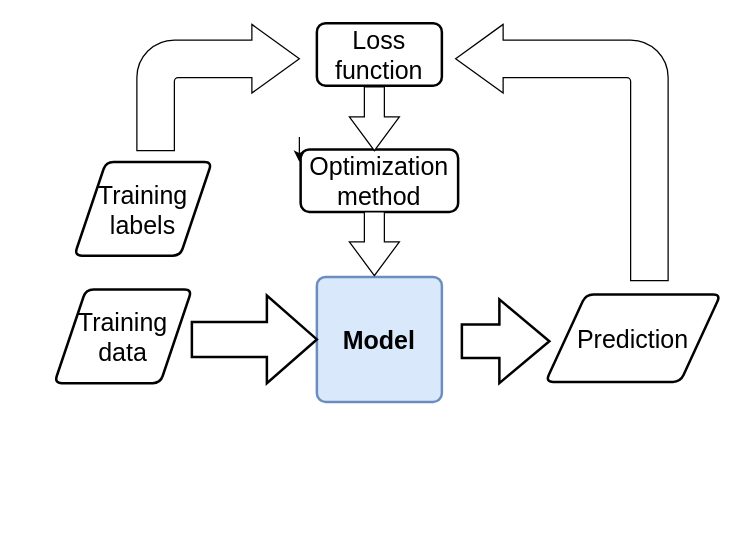
The draw.io diagram MachineLearning1.drawio in Orozco-Duque/ML, before the edit. Source tidied: cells renumbered, new cells numbered last; positions are measured from the earlier drawing's top-left corner, leaving out a move shared by most shapes. Both pictures are drawn from the tidied source at 125%, with x=0, y=0 at pixel (54, 22).
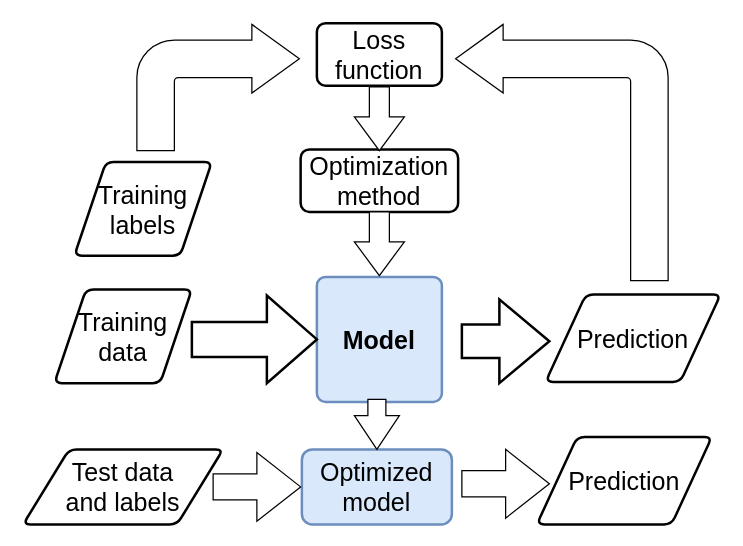
The same page after the edit.

The edit, as a diff of the source:
```diff
@@
 <mxGraphModel>
   <root>
     <mxCell id="0" />
     <mxCell id="1" parent="0" />
     <mxCell id="2" value="&lt;font style=&quot;font-size: 20px;&quot;&gt;&lt;b style=&quot;&quot;&gt;Model&lt;/b&gt;&lt;/font&gt;" style="rounded=1;whiteSpace=wrap;html=1;absoluteArcSize=1;arcSize=14;strokeWidth=2;fillColor=#dae8fc;strokeColor=#6c8ebf;" parent="1" vertex="1">
       <mxGeometry x="210" y="203" width="100" height="100" as="geometry" />
     </mxCell>
     <mxCell id="3" style="verticalLabelPosition=bottom;verticalAlign=top;html=1;strokeWidth=2;shape=mxgraph.arrows2.arrow;dy=0.6;dx=40;notch=0;fontSize=20;fontColor=#000000;" parent="1" vertex="1">
       <mxGeometry x="110" y="218" width="100" height="70" as="geometry" />
     </mxCell>
     <mxCell id="4" value="Training data" style="shape=parallelogram;html=1;strokeWidth=2;perimeter=parallelogramPerimeter;whiteSpace=wrap;rounded=1;arcSize=12;size=0.23;fontSize=20;fontColor=#000000;" parent="1" vertex="1">
       <mxGeometry y="213" width="110" height="75" as="geometry" />
     </mxCell>
     <mxCell id="5" style="verticalLabelPosition=bottom;verticalAlign=top;html=1;strokeWidth=2;shape=mxgraph.arrows2.arrow;dy=0.6;dx=40;notch=0;fontSize=20;fontColor=#000000;" parent="1" vertex="1">
       <mxGeometry x="326" y="221" width="70" height="67" as="geometry" />
     </mxCell>
     <mxCell id="6" value="Prediction" style="shape=parallelogram;html=1;strokeWidth=2;perimeter=parallelogramPerimeter;whiteSpace=wrap;rounded=1;arcSize=12;size=0.23;fontSize=20;fontColor=#000000;" parent="1" vertex="1">
       <mxGeometry x="393" y="217" width="140" height="70" as="geometry" />
     </mxCell>
     <mxCell id="7" value="Loss function" style="rounded=1;whiteSpace=wrap;html=1;absoluteArcSize=1;arcSize=14;strokeWidth=2;fontSize=20;fontColor=#000000;" parent="1" vertex="1">
       <mxGeometry x="210" width="100" height="50" as="geometry" />
     </mxCell>
     <mxCell id="8" value="Optimization method" style="rounded=1;whiteSpace=wrap;html=1;absoluteArcSize=1;arcSize=14;strokeWidth=2;fontSize=20;fontColor=#000000;" parent="1" vertex="1">
       <mxGeometry x="197" y="101" width="126" height="50" as="geometry" />
     </mxCell>
     <mxCell id="9" style="html=1;shadow=0;dashed=0;align=center;verticalAlign=middle;shape=mxgraph.arrows2.arrow;dy=0.6;dx=27;direction=south;notch=0;fontSize=20;fontColor=#000000;" parent="1" vertex="1">
-      <mxGeometry x="236" y="151" width="40" height="51" as="geometry" />
+      <mxGeometry x="240" y="151" width="40" height="51" as="geometry" />
     </mxCell>
     <mxCell id="10" style="html=1;shadow=0;dashed=0;align=center;verticalAlign=middle;shape=mxgraph.arrows2.arrow;dy=0.6;dx=27;direction=south;notch=0;fontSize=20;fontColor=#000000;" parent="1" vertex="1">
-      <mxGeometry x="236" y="51" width="40" height="51" as="geometry" />
+      <mxGeometry x="240" y="51" width="40" height="51" as="geometry" />
     </mxCell>
     <mxCell id="11" style="html=1;shadow=0;dashed=0;align=center;verticalAlign=middle;shape=mxgraph.arrows2.bendArrow;dy=15;dx=38;notch=0;arrowHead=55;rounded=1;fontSize=20;fontColor=#000000;rotation=90;direction=south;flipH=1;" parent="1" vertex="1">
       <mxGeometry x="303.5" y="18.5" width="205" height="170" as="geometry" />
     </mxCell>
-    <mxCell id="12" style="edgeStyle=orthogonalEdgeStyle;rounded=0;orthogonalLoop=1;jettySize=auto;html=1;fontSize=20;fontColor=#000000;" parent="1" edge="1">
-      <mxGeometry relative="1" as="geometry">
-        <mxPoint x="196" y="91" as="sourcePoint" />
-        <mxPoint x="196" y="111" as="targetPoint" />
-      </mxGeometry>
-    </mxCell>
     <mxCell id="13" value="Training labels" style="shape=parallelogram;html=1;strokeWidth=2;perimeter=parallelogramPerimeter;whiteSpace=wrap;rounded=1;arcSize=12;size=0.23;fontSize=20;fontColor=#000000;" parent="1" vertex="1">
       <mxGeometry x="16" y="111" width="110" height="75" as="geometry" />
     </mxCell>
     <mxCell id="14" style="html=1;shadow=0;dashed=0;align=center;verticalAlign=middle;shape=mxgraph.arrows2.bendArrow;dy=15;dx=38;notch=0;arrowHead=55;rounded=1;fontSize=20;fontColor=#000000;" parent="1" vertex="1">
       <mxGeometry x="66" y="1" width="130" height="101" as="geometry" />
     </mxCell>
+    <mxCell id="15" value="Test data &lt;br&gt;and labels" style="shape=parallelogram;html=1;strokeWidth=2;perimeter=parallelogramPerimeter;whiteSpace=wrap;rounded=1;arcSize=12;size=0.23;fontSize=20;fontColor=#000000;" parent="1" vertex="1">
+      <mxGeometry x="-25" y="341" width="160" height="60" as="geometry" />
+    </mxCell>
+    <mxCell id="16" value="&lt;span style=&quot;font-size: 20px;&quot;&gt;Optimized model&lt;/span&gt;" style="whiteSpace=wrap;html=1;fillColor=#dae8fc;strokeColor=#6c8ebf;rounded=1;arcSize=14;strokeWidth=2;" parent="1" vertex="1">
+      <mxGeometry x="198" y="341" width="120" height="60" as="geometry" />
+    </mxCell>
+    <mxCell id="17" style="html=1;shadow=0;dashed=0;align=center;verticalAlign=middle;shape=mxgraph.arrows2.arrow;dy=0.6;dx=27;direction=south;notch=0;fontSize=20;fontColor=#000000;" parent="1" vertex="1">
+      <mxGeometry x="240" y="301" width="36" height="40" as="geometry" />
+    </mxCell>
+    <mxCell id="18" style="html=1;shadow=0;dashed=0;align=center;verticalAlign=middle;shape=mxgraph.arrows2.arrow;dy=0.62;dx=35;notch=0;fontSize=20;fontColor=#000000;" parent="1" vertex="1">
+      <mxGeometry x="127" y="343.5" width="70" height="55" as="geometry" />
+    </mxCell>
+    <mxCell id="19" style="html=1;shadow=0;dashed=0;align=center;verticalAlign=middle;shape=mxgraph.arrows2.arrow;dy=0.62;dx=35;notch=0;fontSize=20;fontColor=#000000;" parent="1" vertex="1">
+      <mxGeometry x="326" y="341" width="70" height="55" as="geometry" />
+    </mxCell>
+    <mxCell id="20" value="Prediction" style="shape=parallelogram;html=1;strokeWidth=2;perimeter=parallelogramPerimeter;whiteSpace=wrap;rounded=1;arcSize=12;size=0.23;fontSize=20;fontColor=#000000;" parent="1" vertex="1">
+      <mxGeometry x="386" y="331" width="140" height="70" as="geometry" />
+    </mxCell>
   </root>
 </mxGraphModel>
```
